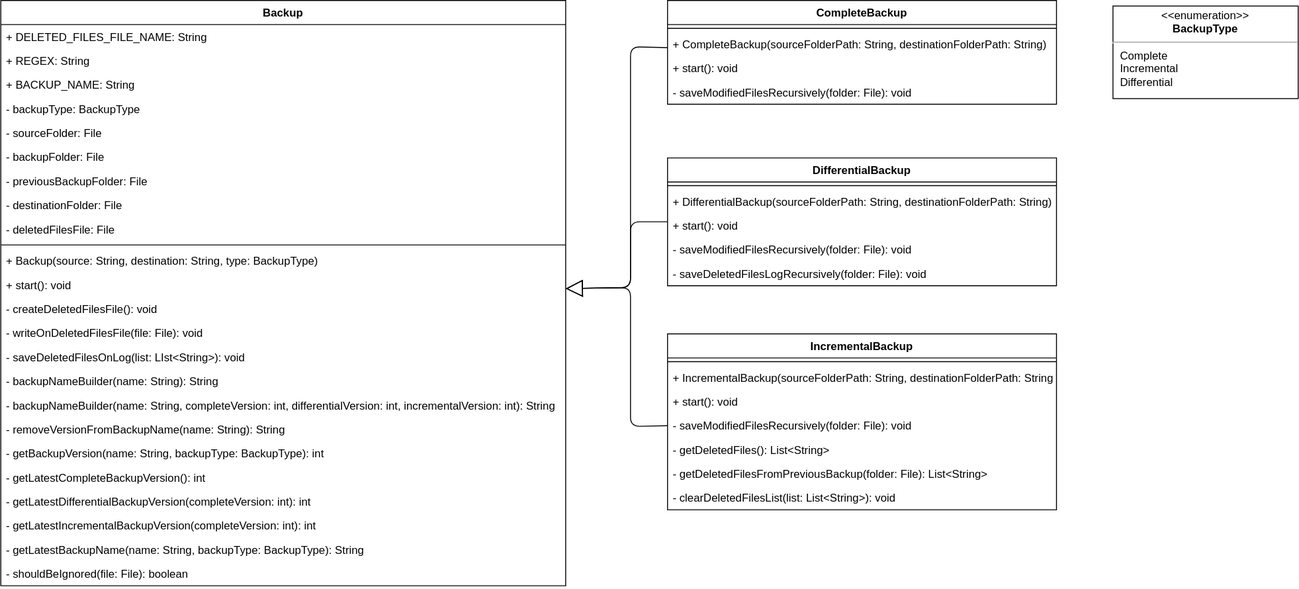
MickTK/BackupSystem keeps this draw.io diagram as diagrams/classes.drawio.svg. Above is the earlier version. Source tidied: cells renumbered, new cells last; positions are measured from the earlier drawing's top-left corner, leaving out a move shared by most shapes.
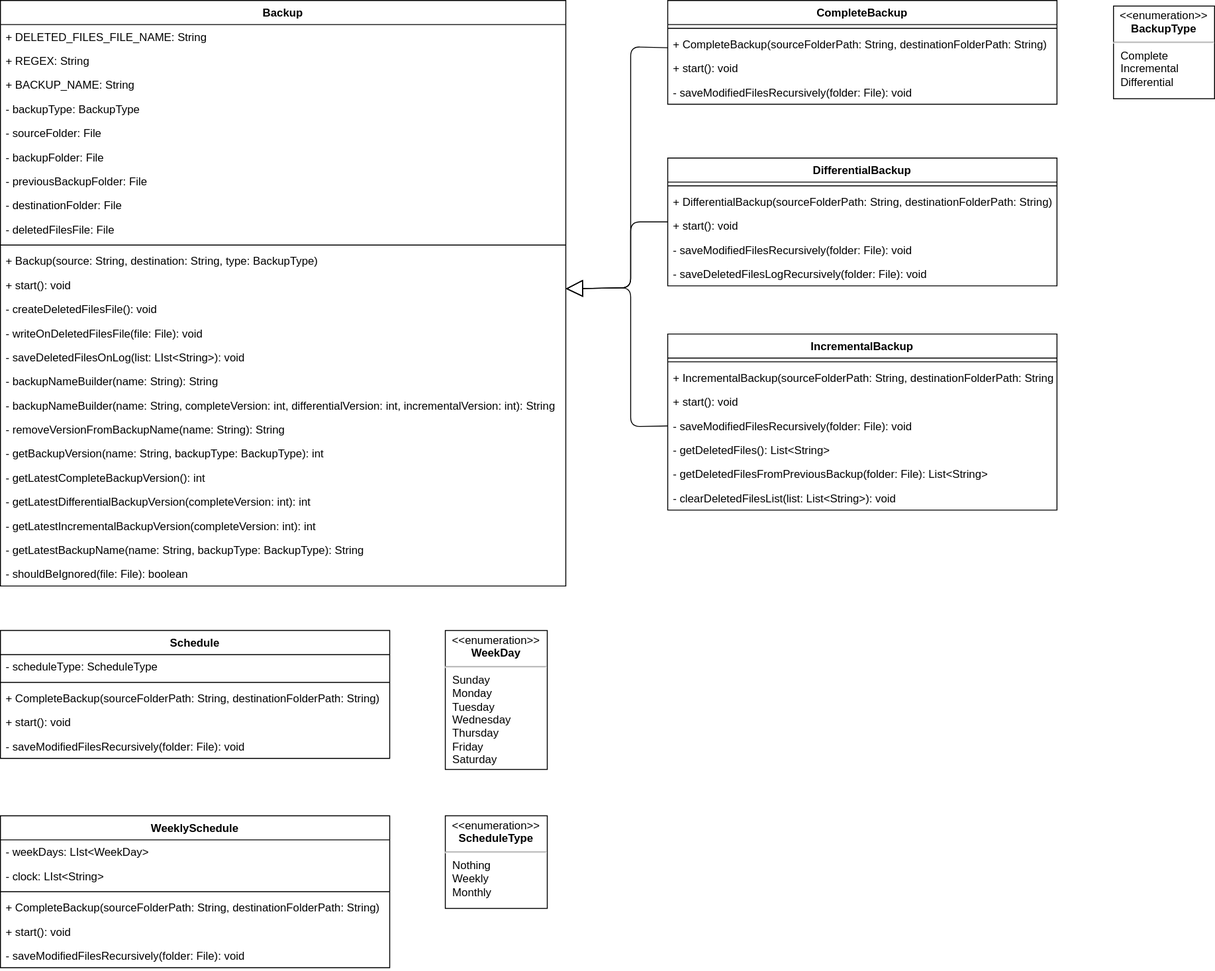
Above is the later version.

Change to the diagram source:
```diff
@@ -78,7 +78,7 @@
       <mxGeometry y="606" width="610" height="26" as="geometry" />
     </mxCell>
     <mxCell id="27" value="&lt;p style=&quot;margin:0px;margin-top:4px;text-align:center;&quot;&gt;&amp;lt;&amp;lt;enumeration&amp;gt;&amp;gt;&lt;br&gt;&lt;b&gt;BackupType&lt;/b&gt;&lt;/p&gt;&lt;hr&gt;&lt;p style=&quot;margin:0px;margin-left:8px;text-align:left;&quot;&gt;Complete&lt;/p&gt;&lt;p style=&quot;margin:0px;margin-left:8px;text-align:left;&quot;&gt;Incremental&lt;/p&gt;&lt;p style=&quot;margin:0px;margin-left:8px;text-align:left;&quot;&gt;Differential&lt;br&gt;&lt;/p&gt;" style="shape=rect;html=1;overflow=fill;whiteSpace=wrap;" parent="1" vertex="1">
-      <mxGeometry x="1201" y="6" width="200" height="100" as="geometry" />
+      <mxGeometry x="1201" y="6" width="109" height="100" as="geometry" />
     </mxCell>
     <mxCell id="28" value="CompleteBackup" style="swimlane;fontStyle=1;align=center;verticalAlign=top;horizontal=1;startSize=26;" parent="1" vertex="1">
       <mxGeometry x="720" width="420" height="112" as="geometry" />
@@ -161,5 +161,50 @@
         </Array>
       </mxGeometry>
     </mxCell>
+    <mxCell id="50" value="Schedule" style="swimlane;fontStyle=1;align=center;verticalAlign=top;horizontal=1;startSize=26;" parent="1" vertex="1">
+      <mxGeometry y="680" width="420" height="138" as="geometry" />
+    </mxCell>
+    <mxCell id="51" value="- scheduleType: ScheduleType" style="text;strokeColor=none;fillColor=none;align=left;verticalAlign=top;spacingLeft=4;spacingRight=4;overflow=hidden;" parent="50" vertex="1">
+      <mxGeometry y="26" width="420" height="26" as="geometry" />
+    </mxCell>
+    <mxCell id="52" style="line;strokeWidth=1;fillColor=none;align=left;verticalAlign=middle;spacingTop=-1;spacingLeft=3;spacingRight=3;labelPosition=right;strokeColor=inherit;" parent="50" vertex="1">
+      <mxGeometry y="52" width="420" height="8" as="geometry" />
+    </mxCell>
+    <mxCell id="53" value="+ CompleteBackup(sourceFolderPath: String, destinationFolderPath: String)" style="text;strokeColor=none;fillColor=none;align=left;verticalAlign=top;spacingLeft=4;spacingRight=4;overflow=hidden;" parent="50" vertex="1">
+      <mxGeometry y="60" width="420" height="26" as="geometry" />
+    </mxCell>
+    <mxCell id="54" value="+ start(): void" style="text;strokeColor=none;fillColor=none;align=left;verticalAlign=top;spacingLeft=4;spacingRight=4;overflow=hidden;" parent="50" vertex="1">
+      <mxGeometry y="86" width="420" height="26" as="geometry" />
+    </mxCell>
+    <mxCell id="55" value="- saveModifiedFilesRecursively(folder: File): void" style="text;strokeColor=none;fillColor=none;align=left;verticalAlign=top;spacingLeft=4;spacingRight=4;overflow=hidden;" parent="50" vertex="1">
+      <mxGeometry y="112" width="420" height="26" as="geometry" />
+    </mxCell>
+    <mxCell id="56" value="&lt;p style=&quot;margin:0px;margin-top:4px;text-align:center;&quot;&gt;&amp;lt;&amp;lt;enumeration&amp;gt;&amp;gt;&lt;br&gt;&lt;b&gt;WeekDay&lt;/b&gt;&lt;/p&gt;&lt;hr&gt;&lt;p style=&quot;margin:0px;margin-left:8px;text-align:left;&quot;&gt;Sunday&lt;/p&gt;&lt;p style=&quot;margin:0px;margin-left:8px;text-align:left;&quot;&gt;Monday&lt;/p&gt;&lt;p style=&quot;margin:0px;margin-left:8px;text-align:left;&quot;&gt;Tuesday&lt;br&gt;&lt;/p&gt;&lt;p style=&quot;margin:0px;margin-left:8px;text-align:left;&quot;&gt;Wednesday&lt;/p&gt;&lt;p style=&quot;margin:0px;margin-left:8px;text-align:left;&quot;&gt;Thursday&lt;/p&gt;&lt;p style=&quot;margin:0px;margin-left:8px;text-align:left;&quot;&gt;Friday&lt;/p&gt;&lt;p style=&quot;margin:0px;margin-left:8px;text-align:left;&quot;&gt;Saturday&lt;/p&gt;" style="shape=rect;html=1;overflow=fill;whiteSpace=wrap;" parent="1" vertex="1">
+      <mxGeometry x="480" y="680" width="110" height="150" as="geometry" />
+    </mxCell>
+    <mxCell id="57" value="WeeklySchedule" style="swimlane;fontStyle=1;align=center;verticalAlign=top;horizontal=1;startSize=26;" parent="1" vertex="1">
+      <mxGeometry y="880" width="420" height="164" as="geometry" />
+    </mxCell>
+    <mxCell id="58" value="- weekDays: LIst&lt;WeekDay&gt;" style="text;strokeColor=none;fillColor=none;align=left;verticalAlign=top;spacingLeft=4;spacingRight=4;overflow=hidden;" parent="57" vertex="1">
+      <mxGeometry y="26" width="420" height="26" as="geometry" />
+    </mxCell>
+    <mxCell id="59" value="- clock: LIst&lt;String&gt;" style="text;strokeColor=none;fillColor=none;align=left;verticalAlign=top;spacingLeft=4;spacingRight=4;overflow=hidden;" parent="57" vertex="1">
+      <mxGeometry y="52" width="420" height="26" as="geometry" />
+    </mxCell>
+    <mxCell id="60" style="line;strokeWidth=1;fillColor=none;align=left;verticalAlign=middle;spacingTop=-1;spacingLeft=3;spacingRight=3;labelPosition=right;strokeColor=inherit;" parent="57" vertex="1">
+      <mxGeometry y="78" width="420" height="8" as="geometry" />
+    </mxCell>
+    <mxCell id="61" value="+ CompleteBackup(sourceFolderPath: String, destinationFolderPath: String)" style="text;strokeColor=none;fillColor=none;align=left;verticalAlign=top;spacingLeft=4;spacingRight=4;overflow=hidden;" parent="57" vertex="1">
+      <mxGeometry y="86" width="420" height="26" as="geometry" />
+    </mxCell>
+    <mxCell id="62" value="+ start(): void" style="text;strokeColor=none;fillColor=none;align=left;verticalAlign=top;spacingLeft=4;spacingRight=4;overflow=hidden;" parent="57" vertex="1">
+      <mxGeometry y="112" width="420" height="26" as="geometry" />
+    </mxCell>
+    <mxCell id="63" value="- saveModifiedFilesRecursively(folder: File): void" style="text;strokeColor=none;fillColor=none;align=left;verticalAlign=top;spacingLeft=4;spacingRight=4;overflow=hidden;" parent="57" vertex="1">
+      <mxGeometry y="138" width="420" height="26" as="geometry" />
+    </mxCell>
+    <mxCell id="64" value="&lt;p style=&quot;margin:0px;margin-top:4px;text-align:center;&quot;&gt;&amp;lt;&amp;lt;enumeration&amp;gt;&amp;gt;&lt;br&gt;&lt;b&gt;ScheduleType&lt;/b&gt;&lt;/p&gt;&lt;hr&gt;&lt;p style=&quot;margin:0px;margin-left:8px;text-align:left;&quot;&gt;Nothing&lt;/p&gt;&lt;p style=&quot;margin:0px;margin-left:8px;text-align:left;&quot;&gt;Weekly&lt;/p&gt;&lt;p style=&quot;margin:0px;margin-left:8px;text-align:left;&quot;&gt;Monthly&lt;br&gt;&lt;/p&gt;" style="shape=rect;html=1;overflow=fill;whiteSpace=wrap;" parent="1" vertex="1">
+      <mxGeometry x="480" y="880" width="110" height="100" as="geometry" />
+    </mxCell>
   </root>
 </mxGraphModel>
```
